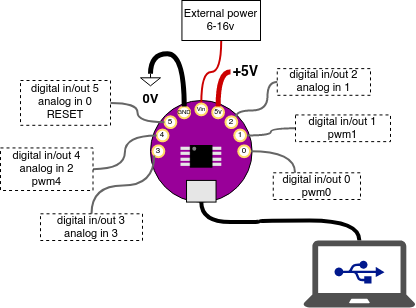
Earlier version of the draw.io export Guide/TINY85LILY_PINOUTS.png (jreus/worldbuilding). Source tidied: cells renumbered, new cells last; positions are measured from the earlier drawing's top-left corner, leaving out a move shared by most shapes.
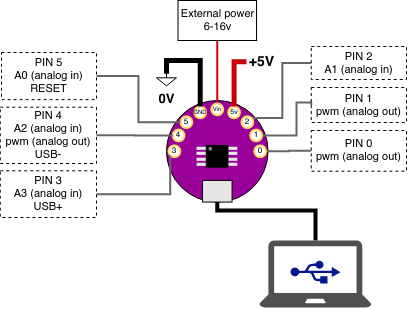
After the change.

The edit, as a diff of the source:
```diff
@@ -5,7 +5,7 @@
     <mxCell id="2" style="ellipse;whiteSpace=wrap;html=1;fillColor=#990099;" parent="1" vertex="1">
       <mxGeometry x="150" y="100" width="101.6" height="101.6" as="geometry" />
     </mxCell>
-    <mxCell id="3" style="edgeStyle=orthogonalEdgeStyle;curved=1;rounded=0;jettySize=auto;html=1;exitX=1;exitY=0.5;exitDx=0;exitDy=0;entryX=0.25;entryY=0;entryDx=0;entryDy=0;endArrow=none;endFill=0;strokeColor=#666666;strokeWidth=2;fontSize=14;" parent="1" edge="1" source="4" target="33">
+    <mxCell id="3" style="edgeStyle=orthogonalEdgeStyle;rounded=0;jettySize=auto;html=1;exitX=1;exitY=0.5;exitDx=0;exitDy=0;entryX=0;entryY=0.5;entryDx=0;entryDy=0;endArrow=none;endFill=0;strokeColor=#666666;strokeWidth=2;fontSize=14;" parent="1" edge="1" source="4" target="33">
       <mxGeometry relative="1" as="geometry" />
     </mxCell>
     <mxCell id="4" value="0" style="ellipse;whiteSpace=wrap;html=1;fontSize=8;strokeWidth=2;strokeColor=#FFD966;" parent="1" vertex="1">
@@ -14,14 +14,19 @@
     <mxCell id="5" value="3" style="ellipse;whiteSpace=wrap;html=1;fontSize=8;strokeWidth=2;strokeColor=#FFD966;" parent="1" vertex="1">
       <mxGeometry x="152" y="144.9" width="11.8" height="11.8" as="geometry" />
     </mxCell>
-    <mxCell id="6" style="edgeStyle=orthogonalEdgeStyle;rounded=0;jettySize=auto;html=1;exitX=0.5;exitY=0;exitDx=0;exitDy=0;entryX=0.5;entryY=1;entryDx=0;entryDy=0;endArrow=none;endFill=0;strokeColor=#CC0000;strokeWidth=2;fontSize=14;curved=1;" parent="1" edge="1" source="7" target="44">
+    <mxCell id="6" style="edgeStyle=orthogonalEdgeStyle;rounded=0;jettySize=auto;html=1;exitX=0.5;exitY=0;exitDx=0;exitDy=0;entryX=0.5;entryY=1;entryDx=0;entryDy=0;endArrow=none;endFill=0;strokeColor=#CC0000;strokeWidth=2;fontSize=14;" parent="1" edge="1" source="7" target="44">
       <mxGeometry relative="1" as="geometry" />
     </mxCell>
     <mxCell id="7" value="Vin" style="ellipse;whiteSpace=wrap;html=1;fontSize=6;strokeWidth=2;strokeColor=#FFD966;" parent="1" vertex="1">
       <mxGeometry x="194.9" y="103" width="11.8" height="11.8" as="geometry" />
     </mxCell>
-    <mxCell id="8" style="edgeStyle=orthogonalEdgeStyle;curved=1;rounded=0;jettySize=auto;html=1;exitX=1;exitY=0.5;exitDx=0;exitDy=0;endArrow=none;endFill=0;strokeColor=#666666;strokeWidth=2;fontSize=14;" parent="1" edge="1" source="9" target="34">
-      <mxGeometry relative="1" as="geometry" />
+    <mxCell id="8" style="edgeStyle=orthogonalEdgeStyle;rounded=0;jettySize=auto;html=1;exitX=1;exitY=0.5;exitDx=0;exitDy=0;endArrow=none;endFill=0;strokeColor=#666666;strokeWidth=2;fontSize=14;entryX=0;entryY=0.5;entryDx=0;entryDy=0;" parent="1" edge="1" source="9" target="34">
+      <mxGeometry relative="1" as="geometry">
+        <Array as="points">
+          <mxPoint x="280" y="135" />
+          <mxPoint x="280" y="102" />
+        </Array>
+      </mxGeometry>
     </mxCell>
     <mxCell id="9" value="1" style="ellipse;whiteSpace=wrap;html=1;fontSize=8;strokeWidth=2;strokeColor=#FFD966;" parent="1" vertex="1">
       <mxGeometry x="233.8" y="129.1" width="11.8" height="11.8" as="geometry" />
@@ -29,13 +34,8 @@
     <mxCell id="10" value="5v" style="ellipse;whiteSpace=wrap;html=1;fontSize=7;strokeWidth=2;strokeColor=#FFD966;" parent="1" vertex="1">
       <mxGeometry x="211.7" y="106" width="11.8" height="11.8" as="geometry" />
     </mxCell>
-    <mxCell id="11" style="edgeStyle=orthogonalEdgeStyle;rounded=0;jettySize=auto;html=1;exitX=1;exitY=0;exitDx=0;exitDy=0;entryX=0;entryY=0.5;entryDx=0;entryDy=0;endArrow=none;endFill=0;strokeColor=#666666;strokeWidth=2;fontSize=14;curved=1;" parent="1" edge="1" source="12" target="35">
-      <mxGeometry relative="1" as="geometry">
-        <Array as="points">
-          <mxPoint x="235" y="110" />
-          <mxPoint x="267" y="110" />
-        </Array>
-      </mxGeometry>
+    <mxCell id="11" style="edgeStyle=orthogonalEdgeStyle;rounded=0;jettySize=auto;html=1;exitX=1;exitY=0;exitDx=0;exitDy=0;entryX=0;entryY=0.5;entryDx=0;entryDy=0;endArrow=none;endFill=0;strokeColor=#666666;strokeWidth=2;fontSize=14;" parent="1" edge="1" source="12" target="35">
+      <mxGeometry relative="1" as="geometry" />
     </mxCell>
     <mxCell id="12" value="2" style="ellipse;whiteSpace=wrap;html=1;fontSize=8;strokeWidth=2;strokeColor=#FFD966;" parent="1" vertex="1">
       <mxGeometry x="225" y="115.8" width="11.8" height="11.8" as="geometry" />
@@ -49,8 +49,13 @@
     <mxCell id="15" value="4" style="ellipse;whiteSpace=wrap;html=1;flipH=1;fontSize=8;strokeWidth=2;strokeColor=#FFD966;" parent="1" vertex="1">
       <mxGeometry x="156.2" y="129.1" width="11.8" height="11.8" as="geometry" />
     </mxCell>
-    <mxCell id="16" style="edgeStyle=orthogonalEdgeStyle;curved=1;rounded=0;jettySize=auto;html=1;exitX=0.5;exitY=1;exitDx=0;exitDy=0;endArrow=none;endFill=0;strokeColor=#000000;strokeWidth=4;fontSize=14;" parent="1" edge="1" source="17" target="31">
-      <mxGeometry relative="1" as="geometry" />
+    <mxCell id="16" style="edgeStyle=orthogonalEdgeStyle;rounded=0;jettySize=auto;html=1;exitX=0.5;exitY=1;exitDx=0;exitDy=0;endArrow=none;endFill=0;strokeColor=#000000;strokeWidth=4;fontSize=14;" parent="1" edge="1" source="17" target="31">
+      <mxGeometry relative="1" as="geometry">
+        <Array as="points">
+          <mxPoint x="201" y="210" />
+          <mxPoint x="299" y="210" />
+        </Array>
+      </mxGeometry>
     </mxCell>
     <mxCell id="17" style="rounded=0;whiteSpace=wrap;html=1;fillColor=#E6E6E6;" parent="1" vertex="1">
       <mxGeometry x="186" y="179.9" width="29.5" height="21.7" as="geometry" />
@@ -88,53 +93,62 @@
     <mxCell id="28" style="ellipse;whiteSpace=wrap;html=1;fillColor=#808080;strokeColor=none;" parent="18" vertex="1">
       <mxGeometry x="11.8" y="1.2" width="3.9" height="3.9" as="geometry" />
     </mxCell>
-    <mxCell id="29" style="edgeStyle=orthogonalEdgeStyle;rounded=0;jettySize=auto;html=1;exitX=0.5;exitY=0;exitDx=0;exitDy=0;exitPerimeter=0;entryX=0.5;entryY=0;entryDx=0;entryDy=0;strokeWidth=5;fontSize=14;endArrow=none;endFill=0;curved=1;" parent="1" edge="1" source="30" target="13">
-      <mxGeometry relative="1" as="geometry" />
+    <mxCell id="29" style="edgeStyle=orthogonalEdgeStyle;rounded=0;jettySize=auto;html=1;exitX=0.5;exitY=0;exitDx=0;exitDy=0;exitPerimeter=0;entryX=0.5;entryY=0;entryDx=0;entryDy=0;strokeWidth=5;fontSize=14;endArrow=none;endFill=0;" parent="1" edge="1" source="30" target="13">
+      <mxGeometry relative="1" as="geometry">
+        <Array as="points">
+          <mxPoint x="150" y="60" />
+          <mxPoint x="184" y="60" />
+        </Array>
+      </mxGeometry>
     </mxCell>
     <mxCell id="30" value="&lt;b&gt;0V&lt;/b&gt;" style="verticalLabelPosition=bottom;shadow=0;dashed=0;align=center;html=1;verticalAlign=top;shape=mxgraph.electrical.signal_sources.signal_ground;rotation=0;fontSize=13;" parent="1" vertex="1">
       <mxGeometry x="140" y="73.3" width="20" height="12" as="geometry" />
     </mxCell>
     <mxCell id="31" style="shadow=0;dashed=0;html=1;strokeColor=none;fillColor=#505050;labelPosition=center;verticalLabelPosition=bottom;verticalAlign=top;outlineConnect=0;align=center;shape=mxgraph.office.devices.laptop;" parent="1" vertex="1">
-      <mxGeometry x="302.9" y="240" width="112" height="67" as="geometry" />
+      <mxGeometry x="242.9" y="240" width="112" height="67" as="geometry" />
     </mxCell>
     <mxCell id="32" style="shadow=0;dashed=0;html=1;strokeColor=none;labelPosition=center;verticalLabelPosition=bottom;verticalAlign=top;align=center;fillColor=#00188D;shape=mxgraph.mscae.enterprise.usb;" parent="1" vertex="1">
-      <mxGeometry x="334" y="260" width="50" height="23" as="geometry" />
+      <mxGeometry x="274" y="260" width="50" height="23" as="geometry" />
     </mxCell>
-    <mxCell id="33" value="digital in/out 0&lt;br style=&quot;font-size: 11px;&quot;&gt;pwm0" style="text;html=1;strokeColor=#000000;fillColor=none;align=center;verticalAlign=middle;whiteSpace=wrap;rounded=0;fontSize=11;dashed=1;" parent="1" vertex="1">
-      <mxGeometry x="272.8" y="172.3" width="87.2" height="26.7" as="geometry" />
+    <mxCell id="33" value="PIN 0&lt;br style=&quot;font-size: 11px&quot;&gt;pwm (analog out)" style="text;html=1;strokeColor=#000000;fillColor=none;align=center;verticalAlign=middle;whiteSpace=wrap;rounded=0;fontSize=11;dashed=1;" parent="1" vertex="1">
+      <mxGeometry x="294.8" y="130" width="95.2" height="40.7" as="geometry" />
     </mxCell>
-    <mxCell id="34" value="digital in/out 1&lt;br style=&quot;font-size: 11px;&quot;&gt;pwm1" style="text;html=1;strokeColor=#000000;fillColor=none;align=center;verticalAlign=middle;whiteSpace=wrap;rounded=0;fontSize=11;dashed=1;" parent="1" vertex="1">
-      <mxGeometry x="295" y="114.4" width="95" height="26.7" as="geometry" />
+    <mxCell id="34" value="PIN 1&lt;br style=&quot;font-size: 11px&quot;&gt;pwm (analog out)" style="text;html=1;strokeColor=#000000;fillColor=none;align=center;verticalAlign=middle;whiteSpace=wrap;rounded=0;fontSize=11;dashed=1;" parent="1" vertex="1">
+      <mxGeometry x="294.8" y="87" width="95.2" height="35" as="geometry" />
     </mxCell>
-    <mxCell id="35" value="digital in/out 2&lt;br style=&quot;font-size: 11px;&quot;&gt;analog in 1" style="text;html=1;strokeColor=#000000;fillColor=none;align=center;verticalAlign=middle;whiteSpace=wrap;rounded=0;fontSize=11;dashed=1;" parent="1" vertex="1">
-      <mxGeometry x="276.8" y="68.1" width="93.2" height="26.7" as="geometry" />
+    <mxCell id="35" value="PIN 2&lt;br style=&quot;font-size: 11px&quot;&gt;A1 (analog in)" style="text;html=1;strokeColor=#000000;fillColor=none;align=center;verticalAlign=middle;whiteSpace=wrap;rounded=0;fontSize=11;dashed=1;" parent="1" vertex="1">
+      <mxGeometry x="294.8" y="46" width="95.2" height="33" as="geometry" />
     </mxCell>
-    <mxCell id="36" style="edgeStyle=orthogonalEdgeStyle;curved=1;rounded=0;jettySize=auto;html=1;exitX=1;exitY=0.5;exitDx=0;exitDy=0;entryX=0;entryY=0.5;entryDx=0;entryDy=0;endArrow=none;endFill=0;strokeColor=#666666;strokeWidth=2;fontSize=14;" parent="1" edge="1" source="37" target="14">
+    <mxCell id="36" style="edgeStyle=orthogonalEdgeStyle;rounded=0;jettySize=auto;html=1;exitX=1;exitY=0.5;exitDx=0;exitDy=0;entryX=0;entryY=0.5;entryDx=0;entryDy=0;endArrow=none;endFill=0;strokeColor=#666666;strokeWidth=2;fontSize=14;" parent="1" edge="1" source="37" target="14">
       <mxGeometry relative="1" as="geometry" />
     </mxCell>
-    <mxCell id="37" value="digital in/out 5&lt;br style=&quot;font-size: 11px;&quot;&gt;analog in 0&lt;br style=&quot;font-size: 11px;&quot;&gt;RESET" style="text;html=1;strokeColor=#000000;fillColor=none;align=center;verticalAlign=middle;whiteSpace=wrap;rounded=0;fontSize=11;dashed=1;" parent="1" vertex="1">
-      <mxGeometry x="20" y="80" width="90" height="44.8" as="geometry" />
+    <mxCell id="37" value="PIN 5&lt;br style=&quot;font-size: 11px&quot;&gt;A0 (analog in)&lt;br&gt;RESET" style="text;html=1;strokeColor=#000000;fillColor=none;align=center;verticalAlign=middle;whiteSpace=wrap;rounded=0;fontSize=11;dashed=1;" parent="1" vertex="1">
+      <mxGeometry x="-15" y="52" width="95" height="47.1" as="geometry" />
     </mxCell>
-    <mxCell id="38" style="edgeStyle=orthogonalEdgeStyle;curved=1;rounded=0;jettySize=auto;html=1;exitX=1;exitY=0.5;exitDx=0;exitDy=0;entryX=0;entryY=0.5;entryDx=0;entryDy=0;endArrow=none;endFill=0;strokeColor=#666666;strokeWidth=2;fontSize=14;" parent="1" edge="1" source="39" target="15">
+    <mxCell id="38" style="edgeStyle=orthogonalEdgeStyle;rounded=0;jettySize=auto;html=1;exitX=1;exitY=0.5;exitDx=0;exitDy=0;entryX=0;entryY=0.5;entryDx=0;entryDy=0;endArrow=none;endFill=0;strokeColor=#666666;strokeWidth=2;fontSize=14;" parent="1" edge="1" source="39" target="15">
       <mxGeometry relative="1" as="geometry" />
     </mxCell>
-    <mxCell id="39" value="digital in/out 4&lt;br style=&quot;font-size: 11px;&quot;&gt;analog in 2&lt;br style=&quot;font-size: 11px;&quot;&gt;pwm4" style="text;html=1;strokeColor=#000000;fillColor=none;align=center;verticalAlign=middle;whiteSpace=wrap;rounded=0;fontSize=11;dashed=1;" parent="1" vertex="1">
-      <mxGeometry y="147.4" width="92.5" height="42.6" as="geometry" />
+    <mxCell id="39" value="PIN 4&lt;br style=&quot;font-size: 11px&quot;&gt;A2 (analog in)&lt;br style=&quot;font-size: 11px&quot;&gt;pwm (analog out)&lt;br&gt;USB-" style="text;html=1;strokeColor=#000000;fillColor=none;align=center;verticalAlign=middle;whiteSpace=wrap;rounded=0;fontSize=11;dashed=1;" parent="1" vertex="1">
+      <mxGeometry x="-16.2" y="106.7" width="96.2" height="56.3" as="geometry" />
     </mxCell>
-    <mxCell id="40" style="edgeStyle=orthogonalEdgeStyle;curved=1;rounded=0;jettySize=auto;html=1;exitX=0.5;exitY=0;exitDx=0;exitDy=0;entryX=0;entryY=1;entryDx=0;entryDy=0;endArrow=none;endFill=0;strokeColor=#666666;strokeWidth=2;fontSize=14;" parent="1" edge="1" source="41" target="5">
+    <mxCell id="40" style="edgeStyle=orthogonalEdgeStyle;rounded=0;jettySize=auto;html=1;exitX=1;exitY=0.5;exitDx=0;exitDy=0;entryX=0;entryY=1;entryDx=0;entryDy=0;endArrow=none;endFill=0;strokeColor=#666666;strokeWidth=2;fontSize=14;" parent="1" edge="1" source="41" target="5">
       <mxGeometry relative="1" as="geometry" />
     </mxCell>
-    <mxCell id="41" value="digital in/out 3&lt;br style=&quot;font-size: 11px;&quot;&gt;analog in 3" style="text;html=1;strokeColor=#000000;fillColor=none;align=center;verticalAlign=middle;whiteSpace=wrap;rounded=0;fontSize=11;dashed=1;" parent="1" vertex="1">
-      <mxGeometry x="40" y="213.3" width="102" height="26.7" as="geometry" />
+    <mxCell id="41" value="PIN 3&lt;br style=&quot;font-size: 11px&quot;&gt;A3 (analog in)&lt;br&gt;USB+" style="text;html=1;strokeColor=#000000;fillColor=none;align=center;verticalAlign=middle;whiteSpace=wrap;rounded=0;fontSize=11;dashed=1;" parent="1" vertex="1">
+      <mxGeometry x="-16.2" y="170.3" width="96.2" height="46.7" as="geometry" />
     </mxCell>
-    <mxCell id="42" style="edgeStyle=orthogonalEdgeStyle;rounded=0;jettySize=auto;html=1;exitX=0;exitY=0.5;exitDx=0;exitDy=0;entryX=0.5;entryY=0;entryDx=0;entryDy=0;endArrow=none;endFill=0;strokeWidth=5;fontSize=14;strokeColor=#CC0000;curved=1;" parent="1" edge="1" source="43" target="10">
-      <mxGeometry relative="1" as="geometry" />
+    <mxCell id="42" style="edgeStyle=orthogonalEdgeStyle;rounded=0;jettySize=auto;html=1;exitX=0;exitY=0.5;exitDx=0;exitDy=0;entryX=0.5;entryY=0;entryDx=0;entryDy=0;endArrow=none;endFill=0;strokeWidth=5;fontSize=14;strokeColor=#CC0000;" parent="1" edge="1" source="43" target="10">
+      <mxGeometry relative="1" as="geometry">
+        <Array as="points">
+          <mxPoint x="218" y="61" />
+        </Array>
+      </mxGeometry>
     </mxCell>
     <mxCell id="43" value="+5V" style="text;html=1;strokeColor=none;fillColor=none;align=center;verticalAlign=middle;whiteSpace=wrap;rounded=0;dashed=1;fontSize=14;fontStyle=1;" parent="1" vertex="1">
-      <mxGeometry x="230" y="61.3" width="30.8" height="20" as="geometry" />
+      <mxGeometry x="230" y="51.3" width="30.8" height="20" as="geometry" />
     </mxCell>
     <mxCell id="44" value="External power&lt;br style=&quot;font-size: 11px;&quot;&gt;6-16v" style="text;html=1;strokeColor=#000000;fillColor=none;align=center;verticalAlign=middle;whiteSpace=wrap;rounded=0;fontSize=11;" parent="1" vertex="1">
-      <mxGeometry x="181.4" width="78.6" height="40" as="geometry" />
+      <mxGeometry x="161.5" width="78.6" height="40" as="geometry" />
     </mxCell>
   </root>
 </mxGraphModel>
```
